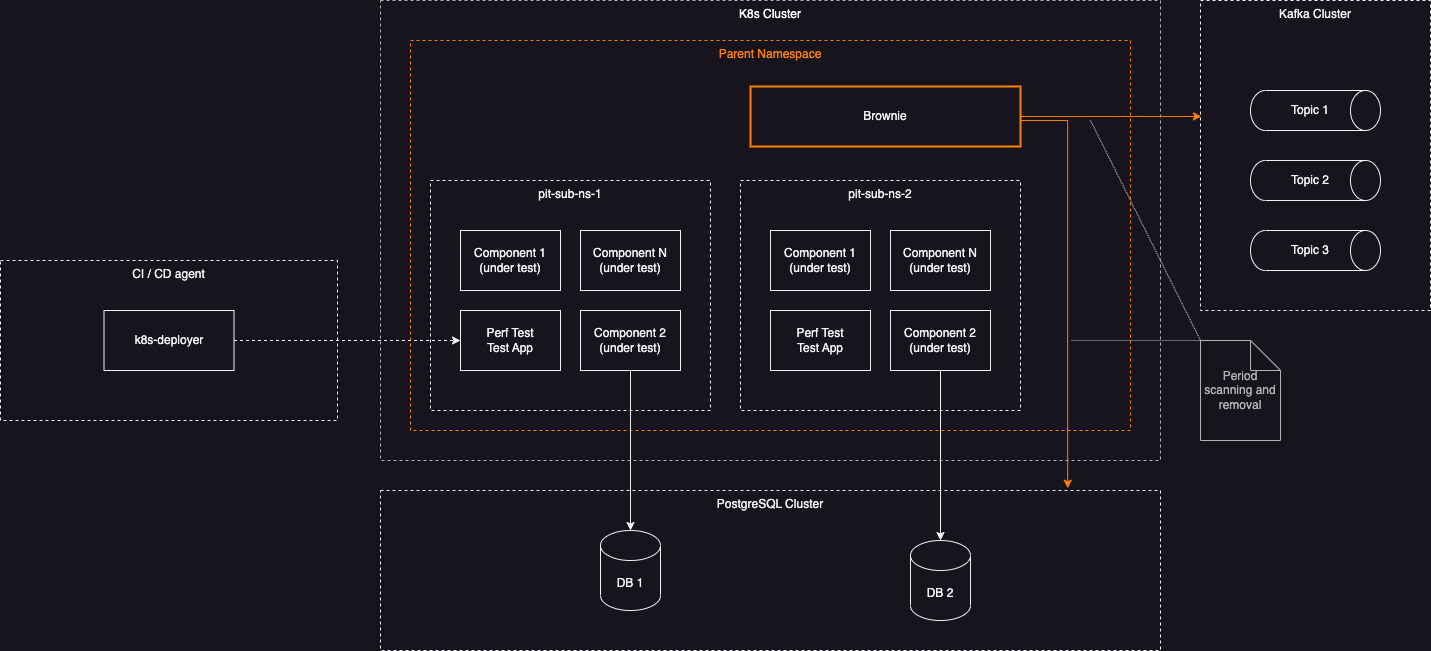
kindredgroup/pit-toolkit keeps this draw.io diagram as brownie/docs/arch.png. Above is the earlier version. Source tidied: cells renumbered, new cells last; positions are measured from the earlier drawing's top-left corner, leaving out a move shared by most shapes.
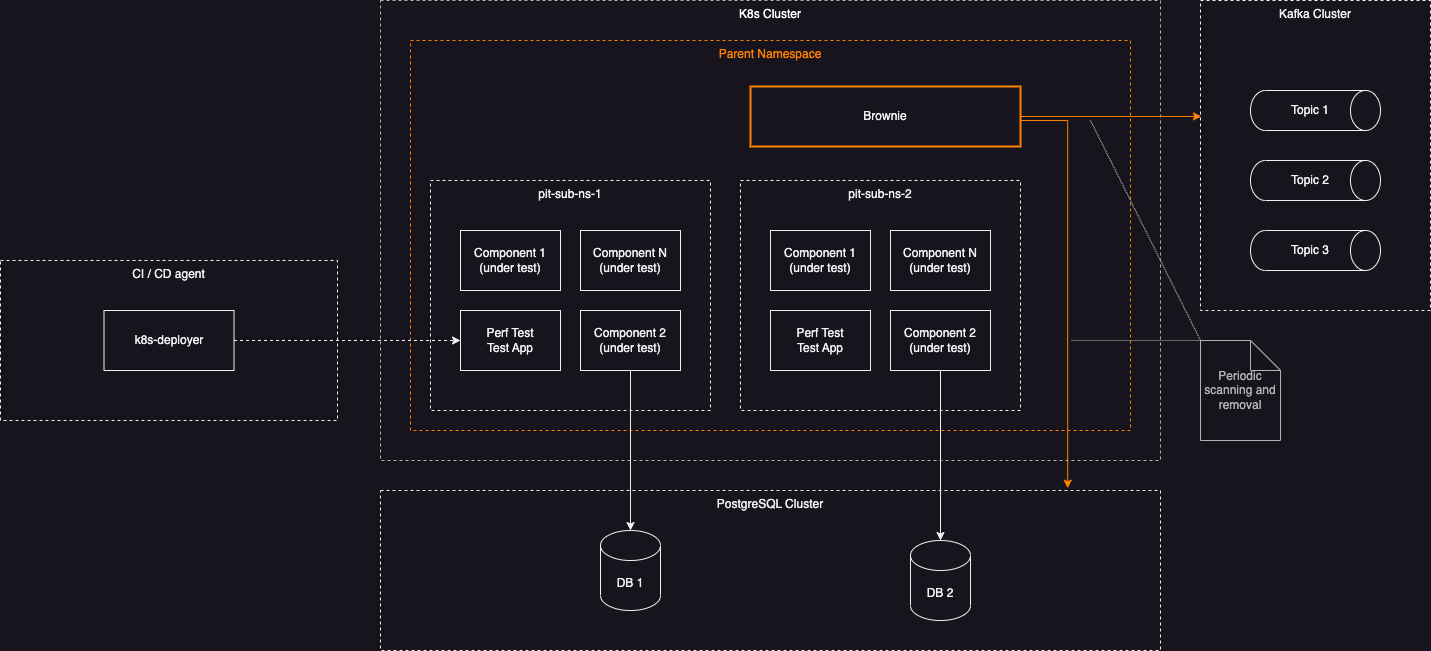
Later version of the same file.

Change to the diagram source:
```diff
@@ -120,7 +120,7 @@
         <mxPoint x="1070" y="340" as="targetPoint" />
       </mxGeometry>
     </mxCell>
-    <mxCell id="39" value="Period scanning and&lt;br&gt;removal" style="shape=note;whiteSpace=wrap;html=1;backgroundOutline=1;darkOpacity=0.05;strokeColor=#B3B3B3;fontColor=#B3B3B3;" parent="1" vertex="1">
+    <mxCell id="39" value="Periodic scanning and&lt;br&gt;removal" style="shape=note;whiteSpace=wrap;html=1;backgroundOutline=1;darkOpacity=0.05;strokeColor=#B3B3B3;fontColor=#B3B3B3;" parent="1" vertex="1">
       <mxGeometry x="1200" y="340" width="80" height="100" as="geometry" />
     </mxCell>
     <mxCell id="40" style="edgeStyle=none;rounded=0;jettySize=auto;html=1;endArrow=none;endFill=0;dashed=1;dashPattern=1 1;strokeColor=#B3B3B3;entryX=0;entryY=0;entryDx=0;entryDy=0;entryPerimeter=0;" parent="1" edge="1" target="39">
```
